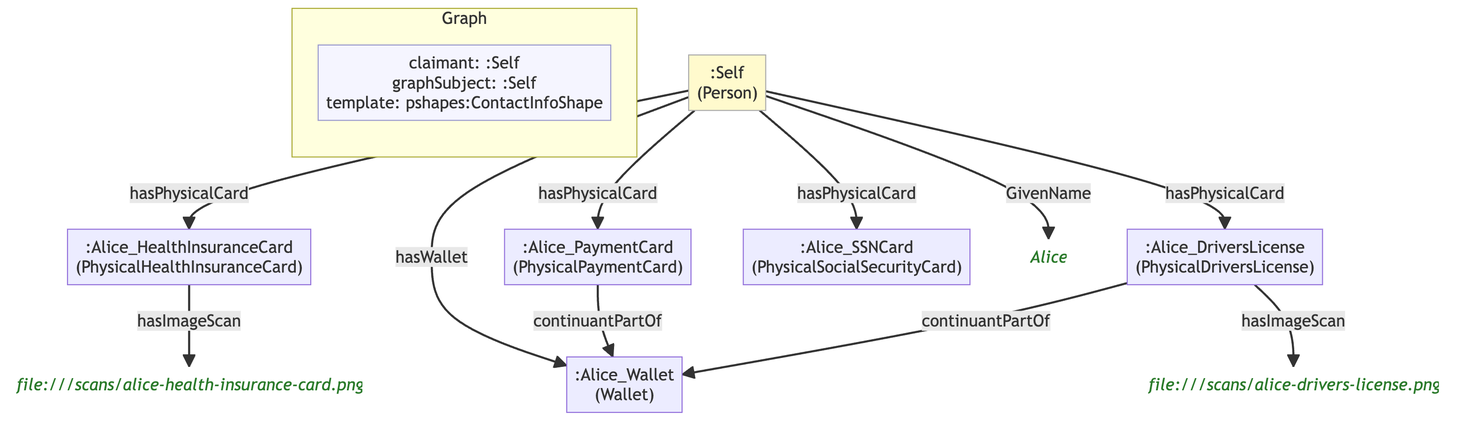
Earlier version of the Mermaid export example/graphs/images/graph-22.png (MeeFoundation/mia-ontologies). Its source is kept beside it as example/graphs/images/graph-22.mmd.
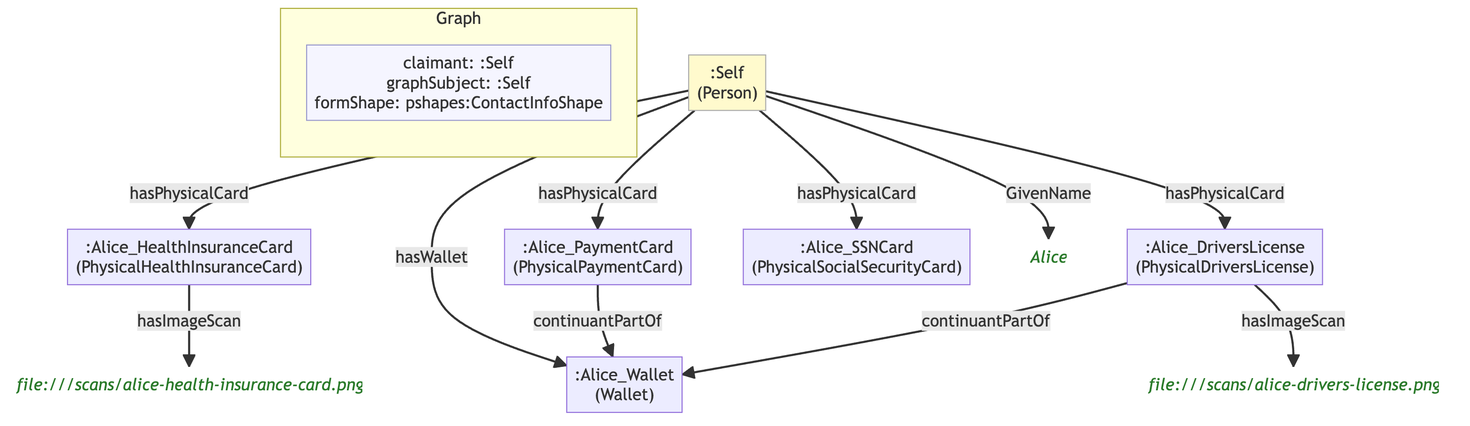
After the commit.

The edit, as a diff of the source:
```diff
@@ -7,26 +7,26 @@
 
     subgraph ctx["Graph"]
         direction LR
-        ctx_meta["claimant: :Self\ngraphSubject: :Self\ntemplate: pshapes:ContactInfoShape"]:::meta
+        ctx_meta["claimant: :Self\ngraphSubject: :Self\nformShape: pshapes:ContactInfoShape"]:::meta
     end
 
-    n8020f1e0dda3[":Alice_DriversLicense\n(PhysicalDriversLicense)"]
-    ne031334f4c41[":Alice_Wallet\n(Wallet)"]
-    n16319a7d9aaf("file:///scans/alice-drivers-license.png"):::lit
-    n45648c6e1691[":Alice_HealthInsuranceCard\n(PhysicalHealthInsuranceCard)"]
-    n5aa16707069d("file:///scans/alice-health-insurance-card.png"):::lit
-    n424bc5303466[":Alice_PaymentCard\n(PhysicalPaymentCard)"]
-    nfb9947b1c0ef[":Alice_SSNCard\n(PhysicalSocialSecurityCard)"]
-    ne0c3ba92f1db[":Self\n(Person)"]:::person
-    n1f1793a7e151("Alice"):::lit
+    n0303611a7c60[":Alice_DriversLicense\n(PhysicalDriversLicense)"]
+    nb98293d697a1[":Alice_Wallet\n(Wallet)"]
+    neecb76977951("file:///scans/alice-drivers-license.png"):::lit
+    nfe3c9ccef900[":Alice_HealthInsuranceCard\n(PhysicalHealthInsuranceCard)"]
+    nb1cfdd713e7a("file:///scans/alice-health-insurance-card.png"):::lit
+    n090977cab091[":Alice_PaymentCard\n(PhysicalPaymentCard)"]
+    n13a319213254[":Alice_SSNCard\n(PhysicalSocialSecurityCard)"]
+    n655e442e50be[":Self\n(Person)"]:::person
+    ne7e186b4c869("Alice"):::lit
 
-    n8020f1e0dda3 -->|"continuantPartOf"| ne031334f4c41
-    n8020f1e0dda3 -->|"hasImageScan"| n16319a7d9aaf
-    n45648c6e1691 -->|"hasImageScan"| n5aa16707069d
-    n424bc5303466 -->|"continuantPartOf"| ne031334f4c41
-    ne0c3ba92f1db -->|"GivenName"| n1f1793a7e151
-    ne0c3ba92f1db -->|"hasWallet"| ne031334f4c41
-    ne0c3ba92f1db -->|"hasPhysicalCard"| n45648c6e1691
-    ne0c3ba92f1db -->|"hasPhysicalCard"| nfb9947b1c0ef
-    ne0c3ba92f1db -->|"hasPhysicalCard"| n8020f1e0dda3
-    ne0c3ba92f1db -->|"hasPhysicalCard"| n424bc5303466
+    n0303611a7c60 -->|"continuantPartOf"| nb98293d697a1
+    n0303611a7c60 -->|"hasImageScan"| neecb76977951
+    nfe3c9ccef900 -->|"hasImageScan"| nb1cfdd713e7a
+    n090977cab091 -->|"continuantPartOf"| nb98293d697a1
+    n655e442e50be -->|"GivenName"| ne7e186b4c869
+    n655e442e50be -->|"hasWallet"| nb98293d697a1
+    n655e442e50be -->|"hasPhysicalCard"| nfe3c9ccef900
+    n655e442e50be -->|"hasPhysicalCard"| n13a319213254
+    n655e442e50be -->|"hasPhysicalCard"| n0303611a7c60
+    n655e442e50be -->|"hasPhysicalCard"| n090977cab091
```
